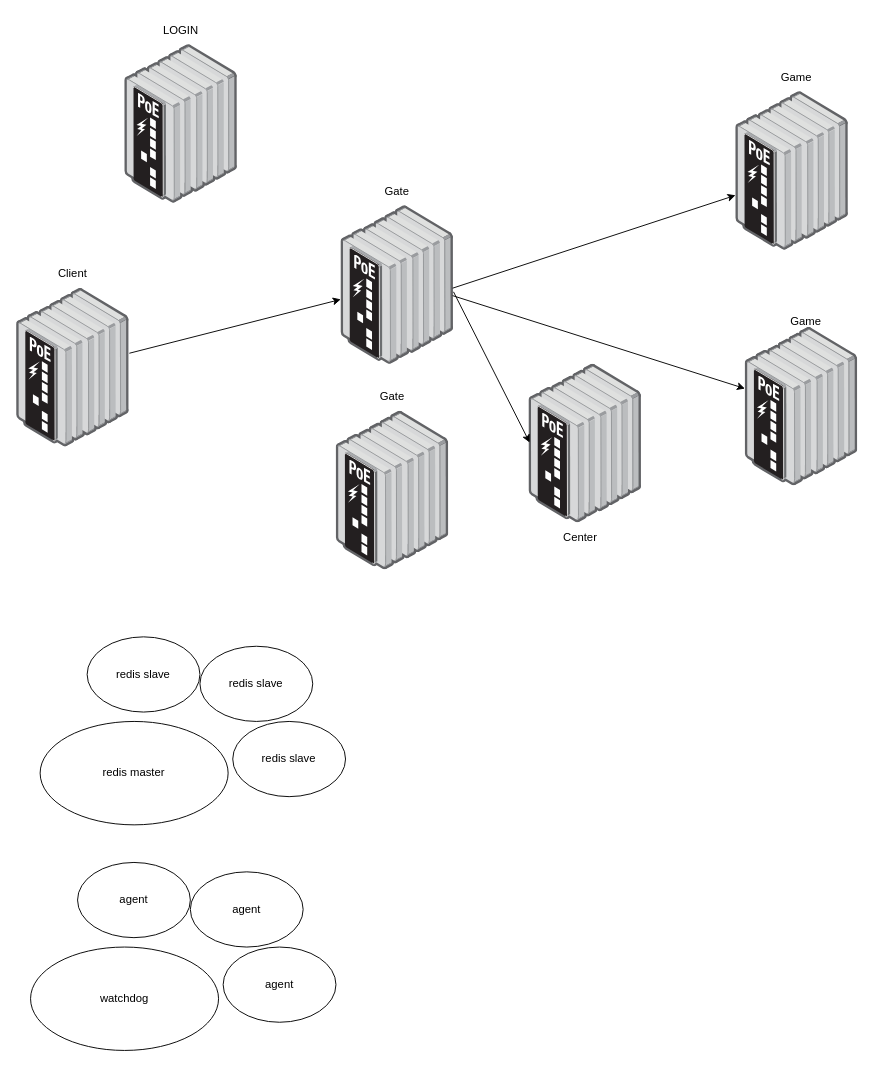
This is page "第 1 页" (1 of 2) of skynet_server/skynet/lualib/skynet/test.drawio from dingqinghui/network, a draw.io file, before an edit. Source tidied: cells renumbered, new cells numbered last; positions are measured from the earlier drawing's top-left corner, leaving out a move shared by most shapes. Both pictures are drawn from the tidied source at 94%, with x=0, y=0 at pixel (16, 16).
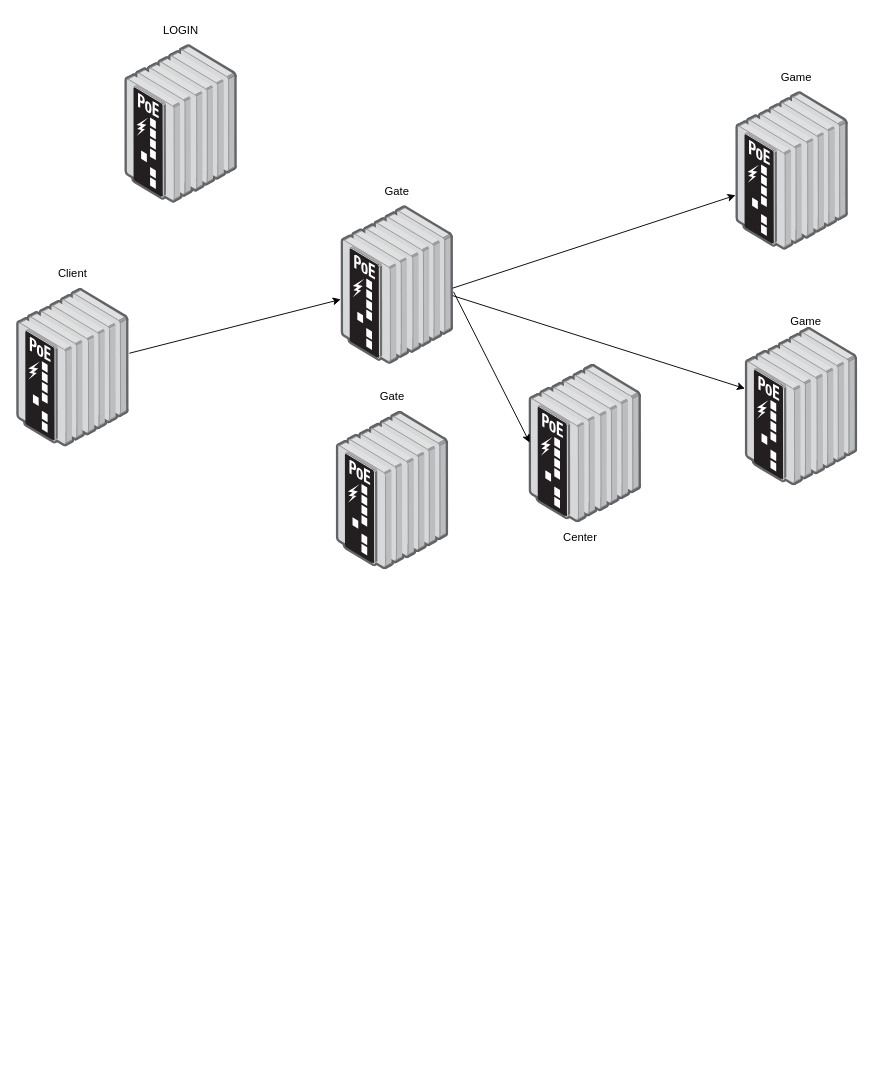
Above is the later version.

Change to the diagram source:
```diff
@@
-    <mxCell id="20" value="agent" style="ellipse;whiteSpace=wrap;html=1;" parent="1" vertex="1">
-      <mxGeometry x="65" y="900" width="120" height="80" as="geometry" />
-    </mxCell>
-    <mxCell id="21" value="agent" style="ellipse;whiteSpace=wrap;html=1;" parent="1" vertex="1">
-      <mxGeometry x="185" y="910" width="120" height="80" as="geometry" />
-    </mxCell>
-    <mxCell id="22" value="agent" style="ellipse;whiteSpace=wrap;html=1;" parent="1" vertex="1">
-      <mxGeometry x="219.9" y="990" width="120" height="80" as="geometry" />
-    </mxCell>
-    <mxCell id="23" value="watchdog" style="ellipse;whiteSpace=wrap;html=1;" parent="1" vertex="1">
-      <mxGeometry x="15" y="990" width="200" height="110" as="geometry" />
-    </mxCell>
-    <mxCell id="24" value="redis slave" style="ellipse;whiteSpace=wrap;html=1;" parent="1" vertex="1">
-      <mxGeometry x="75.2" y="660" width="120" height="80" as="geometry" />
-    </mxCell>
-    <mxCell id="25" value="redis slave" style="ellipse;whiteSpace=wrap;html=1;" parent="1" vertex="1">
-      <mxGeometry x="195.2" y="670" width="120" height="80" as="geometry" />
-    </mxCell>
-    <mxCell id="26" value="redis slave" style="ellipse;whiteSpace=wrap;html=1;" parent="1" vertex="1">
-      <mxGeometry x="230.1" y="750" width="120" height="80" as="geometry" />
-    </mxCell>
-    <mxCell id="27" value="redis master" style="ellipse;whiteSpace=wrap;html=1;" parent="1" vertex="1">
-      <mxGeometry x="25.2" y="750" width="200" height="110" as="geometry" />
-    </mxCell>
```
